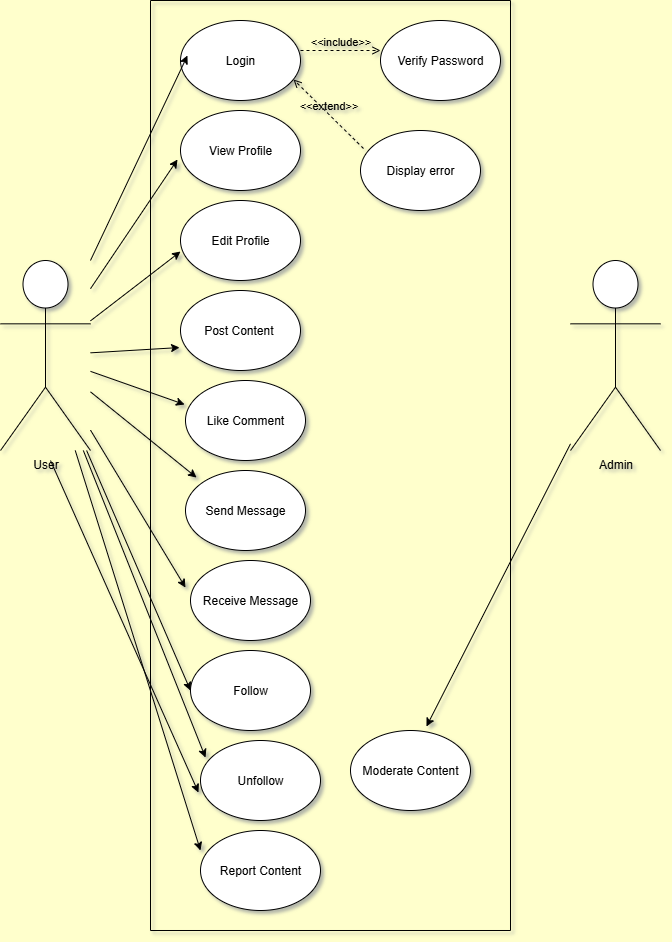
The draw.io diagram UserSocialMedia_UseCaseDiagram.drawio.png in shruthiLearns/BusinessAnalysis, before a commit. Source tidied: cells renumbered, new cells last; positions are measured from the earlier drawing's top-left corner, leaving out a move shared by most shapes.
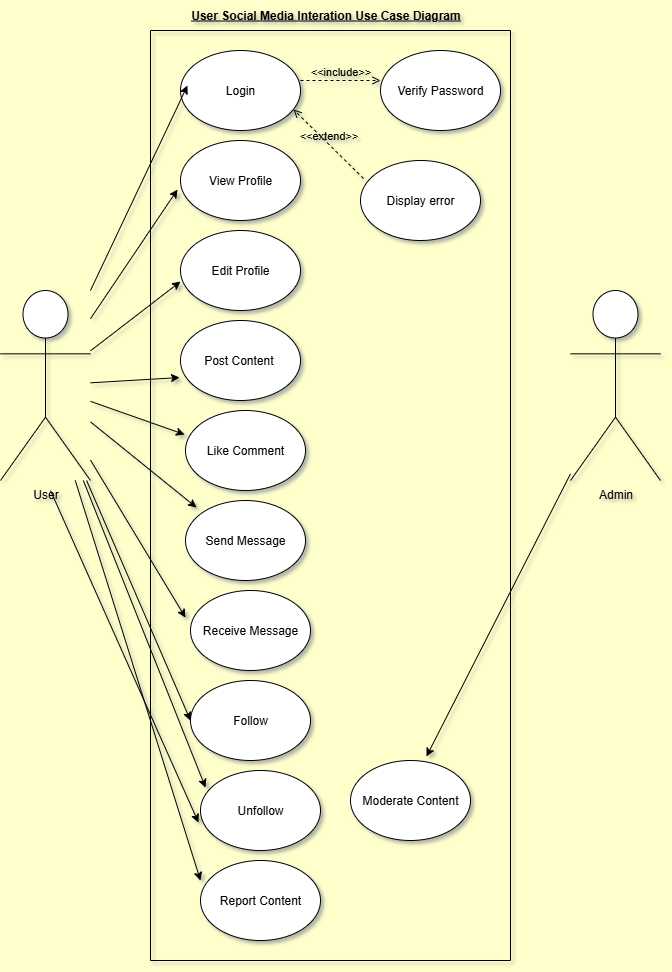
After the change.

Diff of the diagram source:
```diff
@@ -29,7 +29,7 @@
     <mxCell id="10" value="Follow" style="ellipse;whiteSpace=wrap;html=1;" parent="2" vertex="1">
       <mxGeometry x="40" y="650" width="120" height="80" as="geometry" />
     </mxCell>
-    <mxCell id="11" value="Verify Password" style="ellipse;whiteSpace=wrap;html=1;" parent="2" vertex="1">
+    <mxCell id="11" value="Verify Password" style="ellipse;whiteSpace=wrap;html=1;gradientColor=none;" parent="2" vertex="1">
       <mxGeometry x="230" y="20" width="120" height="80" as="geometry" />
     </mxCell>
     <mxCell id="12" value="Display error" style="ellipse;whiteSpace=wrap;html=1;" parent="2" vertex="1">
@@ -97,5 +97,8 @@
     <mxCell id="31" style="endArrow=classic;html=1;rounded=0;entryX=0.633;entryY=-0.05;entryDx=0;entryDy=0;entryPerimeter=0;" parent="1" edge="1" source="19" target="14">
       <mxGeometry relative="1" as="geometry" />
     </mxCell>
+    <mxCell id="32" value="&lt;b&gt;&lt;u&gt;User Social Media Interation Use Case Diagram&lt;/u&gt;&lt;/b&gt;" style="text;html=1;align=center;verticalAlign=middle;strokeColor=none;fillColor=none;" parent="1" vertex="1">
+      <mxGeometry x="180" y="-30" width="290" height="30" as="geometry" />
+    </mxCell>
   </root>
 </mxGraphModel>
```
